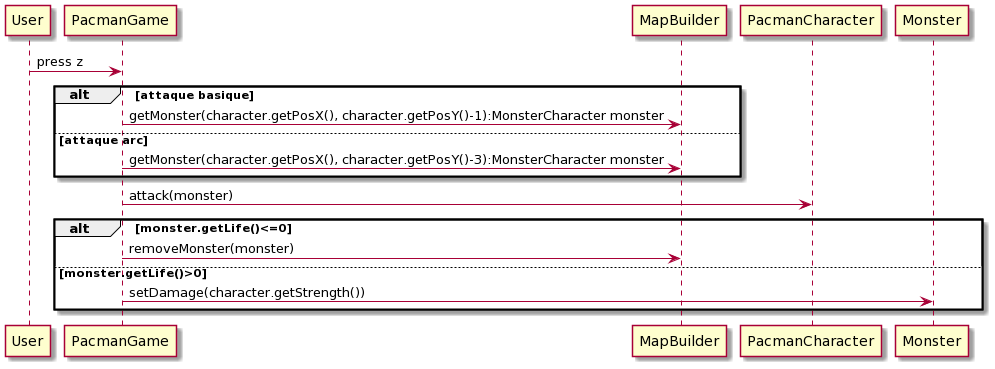
Above: conception/v7.0/diagramme_seq_attaque_v7.0_images.png in clementcolne/java-game (PlantUML), before the change.
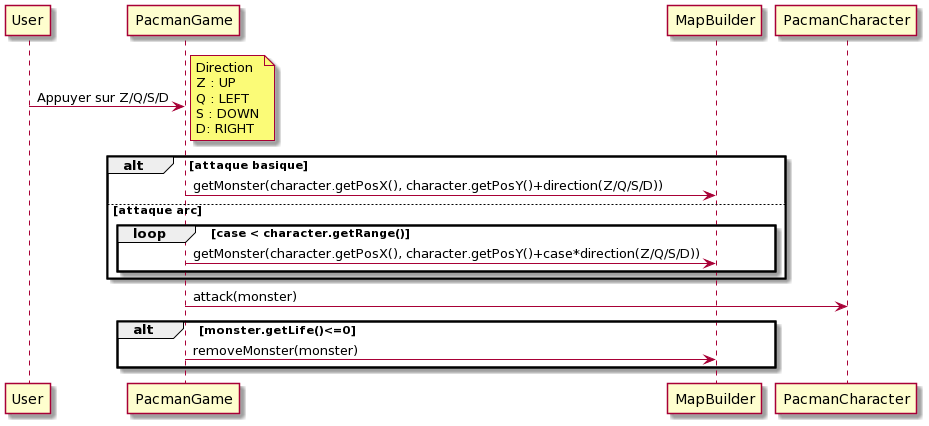
After the change.

Change to the diagram source:
```diff
@@ -1,21 +1,24 @@
 @startuml
-User -> PacmanGame: press z
-alt attaque basique
+User -> PacmanGame: Appuyer sur Z/Q/S/D
+note right
+Direction
+Z : UP
+Q : LEFT
+S : DOWN
+D: RIGHT
+end note
 
-PacmanGame -> MapBuilder : getMonster(character.getPosX(), character.getPosY()-1):MonsterCharacter monster
-
-else attaque arc
-
-PacmanGame -> MapBuilder : getMonster(character.getPosX(), character.getPosY()-3):MonsterCharacter monster
-
-end
+    alt attaque basique
+        PacmanGame -> MapBuilder : getMonster(character.getPosX(), character.getPosY()+direction(Z/Q/S/D))
+    else attaque arc
+        loop case < character.getRange()
+            PacmanGame -> MapBuilder : getMonster(character.getPosX(), character.getPosY()+case*direction(Z/Q/S/D))
+        end
+    end
 
 PacmanGame -> PacmanCharacter : attack(monster)
 
-alt monster.getLife()<=0
-PacmanGame -> MapBuilder : removeMonster(monster)
-else monster.getLife()>0
-PacmanGame -> Monster : setDamage(character.getStrength())
-
-end
+    alt monster.getLife()<=0
+        PacmanGame -> MapBuilder : removeMonster(monster)
+    end
 @enduml
```
